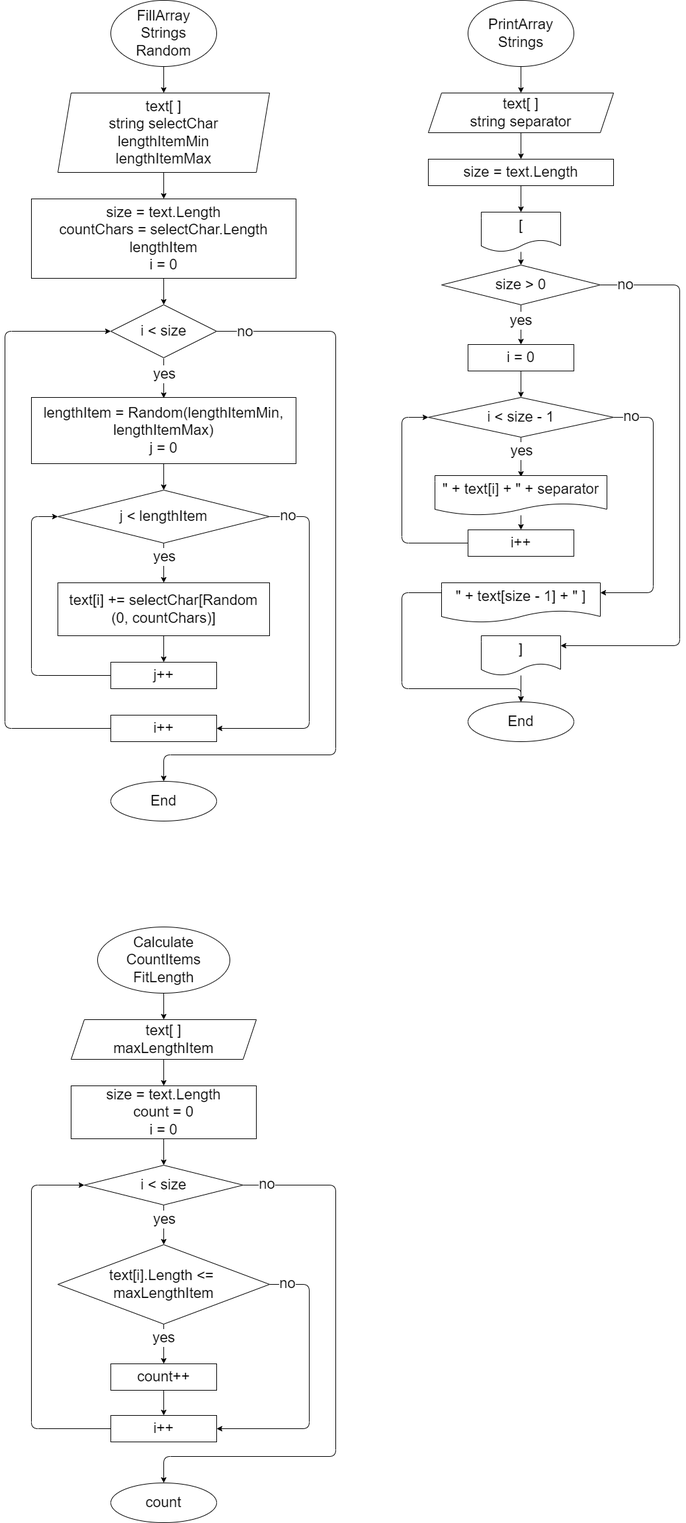
Before: diagram.drawio.png, a diagram exported from draw.io (Nadezhda26m/JoinJob_1term_Final). Source tidied: cells renumbered, new cells last; positions are measured from the earlier drawing's top-left corner, leaving out a move shared by most shapes.
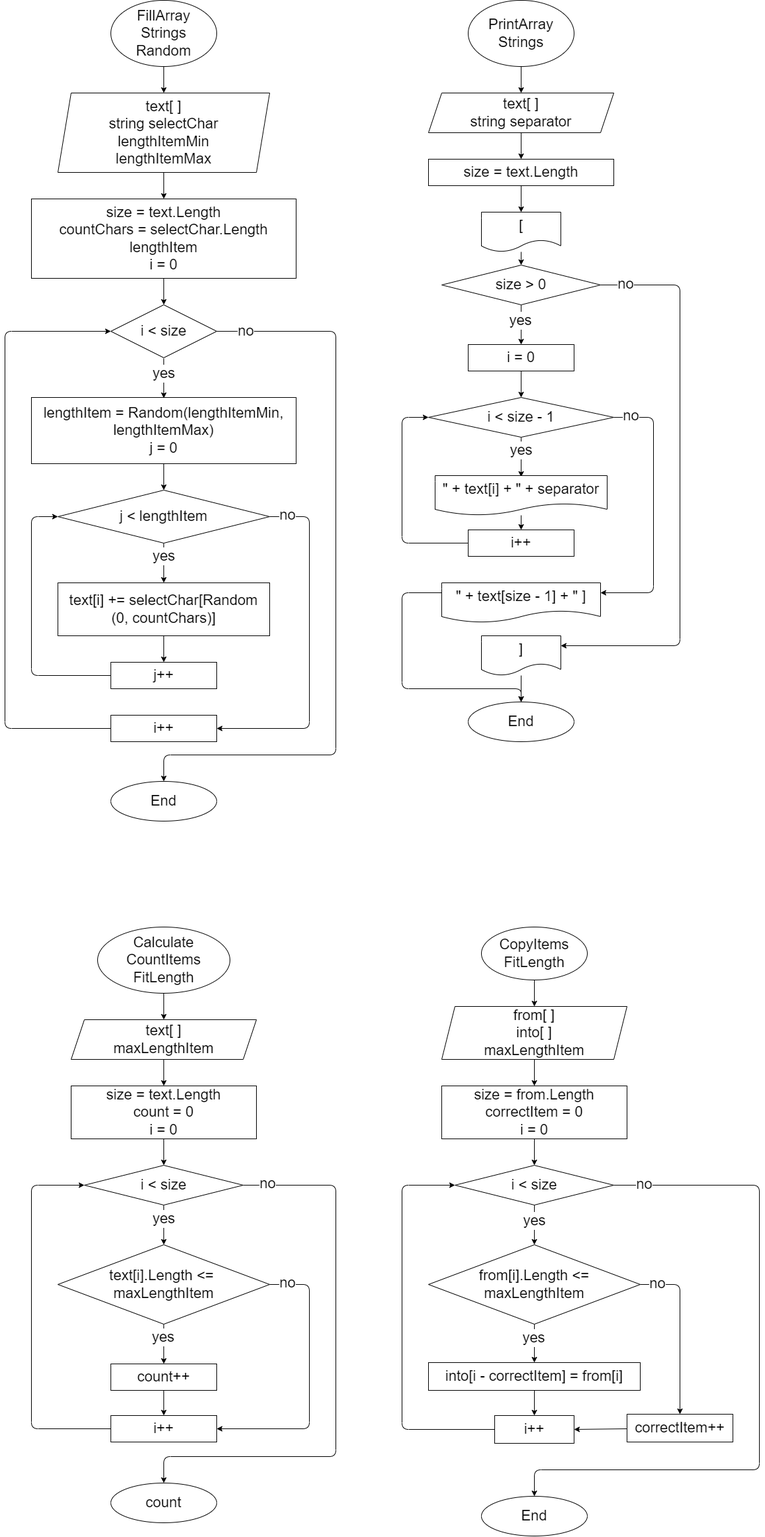
The same file after the commit.

Commit message:
add diagram CopyItemsFitLength

Diff of the diagram source:
```diff
@@ -305,5 +305,95 @@
     <mxCell id="76" value="i++" style="rounded=0;whiteSpace=wrap;fontSize=22;" parent="1" vertex="1">
       <mxGeometry x="160" y="2138" width="160" height="40" as="geometry" />
     </mxCell>
+    <mxCell id="77" style="edgeStyle=none;html=1;entryX=0.5;entryY=0;entryDx=0;entryDy=0;fontSize=22;" parent="1" edge="1" source="78" target="80">
+      <mxGeometry relative="1" as="geometry" />
+    </mxCell>
+    <mxCell id="78" value="CopyItems&#10;FitLength" style="ellipse;whiteSpace=wrap;fontSize=22;" parent="1" vertex="1">
+      <mxGeometry x="720" y="1400" width="160" height="80" as="geometry" />
+    </mxCell>
+    <mxCell id="79" style="edgeStyle=none;html=1;entryX=0.5;entryY=0;entryDx=0;entryDy=0;fontSize=22;" parent="1" edge="1" source="80" target="82">
+      <mxGeometry relative="1" as="geometry" />
+    </mxCell>
+    <mxCell id="80" value="from[ ]&#10;into[ ]&#10;maxLengthItem" style="shape=parallelogram;perimeter=parallelogramPerimeter;whiteSpace=wrap;fixedSize=1;fontSize=22;" parent="1" vertex="1">
+      <mxGeometry x="660" y="1520" width="280" height="80" as="geometry" />
+    </mxCell>
+    <mxCell id="81" style="edgeStyle=none;html=1;entryX=0.5;entryY=0;entryDx=0;entryDy=0;fontSize=22;" parent="1" edge="1" source="82" target="87">
+      <mxGeometry relative="1" as="geometry" />
+    </mxCell>
+    <mxCell id="82" value="size = from.Length&#10;correctItem = 0&#10;i = 0" style="rounded=0;whiteSpace=wrap;fontSize=22;" parent="1" vertex="1">
+      <mxGeometry x="660" y="1640" width="280" height="80" as="geometry" />
+    </mxCell>
+    <mxCell id="83" style="edgeStyle=none;html=1;entryX=0.5;entryY=0;entryDx=0;entryDy=0;fontSize=22;" parent="1" edge="1" source="87" target="92">
+      <mxGeometry relative="1" as="geometry" />
+    </mxCell>
+    <mxCell id="84" value="yes" style="edgeLabel;html=1;align=center;verticalAlign=middle;fontSize=22;" parent="83" vertex="1">
+      <mxGeometry x="-0.35" y="2" relative="1" as="geometry">
+        <mxPoint x="-2" y="4" as="offset" />
+      </mxGeometry>
+    </mxCell>
+    <mxCell id="85" style="edgeStyle=none;html=1;entryX=0.5;entryY=0;entryDx=0;entryDy=0;fontSize=22;exitX=1;exitY=0.5;exitDx=0;exitDy=0;" parent="1" edge="1" source="87" target="88">
+      <mxGeometry relative="1" as="geometry">
+        <Array as="points">
+          <mxPoint x="1140" y="1790" />
+          <mxPoint x="1140" y="2220" />
+          <mxPoint x="800" y="2220" />
+        </Array>
+      </mxGeometry>
+    </mxCell>
+    <mxCell id="86" value="no" style="edgeLabel;html=1;align=center;verticalAlign=middle;fontSize=22;" parent="85" vertex="1">
+      <mxGeometry x="-0.91" y="1" relative="1" as="geometry" />
+    </mxCell>
+    <mxCell id="87" value="i &lt; size" style="rhombus;whiteSpace=wrap;fontSize=22;" parent="1" vertex="1">
+      <mxGeometry x="680" y="1760" width="240" height="60" as="geometry" />
+    </mxCell>
+    <mxCell id="88" value="End" style="ellipse;whiteSpace=wrap;fontSize=22;" parent="1" vertex="1">
+      <mxGeometry x="720" y="2260" width="160" height="60" as="geometry" />
+    </mxCell>
+    <mxCell id="89" style="edgeStyle=none;html=1;entryX=0.5;entryY=0;entryDx=0;entryDy=0;fontSize=22;" parent="1" edge="1" source="92" target="94">
+      <mxGeometry relative="1" as="geometry" />
+    </mxCell>
+    <mxCell id="90" style="edgeStyle=none;html=1;entryX=0.5;entryY=0;entryDx=0;entryDy=0;fontSize=22;exitX=1;exitY=0.5;exitDx=0;exitDy=0;" parent="1" edge="1" source="92" target="96">
+      <mxGeometry relative="1" as="geometry">
+        <Array as="points">
+          <mxPoint x="1020" y="1940" />
+        </Array>
+      </mxGeometry>
+    </mxCell>
+    <mxCell id="91" value="no" style="edgeLabel;html=1;align=center;verticalAlign=middle;fontSize=22;" parent="90" vertex="1">
+      <mxGeometry x="-0.84" relative="1" as="geometry">
+        <mxPoint x="6" y="-1" as="offset" />
+      </mxGeometry>
+    </mxCell>
+    <mxCell id="92" value="from[i].Length &lt;=&#10;maxLengthItem" style="rhombus;whiteSpace=wrap;fontSize=22;" parent="1" vertex="1">
+      <mxGeometry x="640" y="1880" width="320" height="120" as="geometry" />
+    </mxCell>
+    <mxCell id="93" style="edgeStyle=none;html=1;entryX=0.5;entryY=0;entryDx=0;entryDy=0;fontSize=22;" parent="1" edge="1" source="94" target="98">
+      <mxGeometry relative="1" as="geometry" />
+    </mxCell>
+    <mxCell id="94" value="into[i - correctItem] = from[i]" style="rounded=0;whiteSpace=wrap;fontSize=22;" parent="1" vertex="1">
+      <mxGeometry x="640" y="2058" width="320" height="42" as="geometry" />
+    </mxCell>
+    <mxCell id="95" style="edgeStyle=none;html=1;entryX=1;entryY=0.5;entryDx=0;entryDy=0;fontSize=22;" parent="1" edge="1" source="96" target="98">
+      <mxGeometry relative="1" as="geometry" />
+    </mxCell>
+    <mxCell id="96" value="correctItem++" style="rounded=0;whiteSpace=wrap;fontSize=22;" parent="1" vertex="1">
+      <mxGeometry x="940" y="2136" width="160" height="42" as="geometry" />
+    </mxCell>
+    <mxCell id="97" style="edgeStyle=none;html=1;entryX=0;entryY=0.5;entryDx=0;entryDy=0;fontSize=22;" parent="1" edge="1" source="98" target="87">
+      <mxGeometry relative="1" as="geometry">
+        <Array as="points">
+          <mxPoint x="600" y="2159" />
+          <mxPoint x="600" y="1790" />
+        </Array>
+      </mxGeometry>
+    </mxCell>
+    <mxCell id="98" value="i++" style="rounded=0;whiteSpace=wrap;fontSize=22;" parent="1" vertex="1">
+      <mxGeometry x="740" y="2138" width="120" height="42" as="geometry" />
+    </mxCell>
+    <mxCell id="99" value="yes" style="edgeLabel;html=1;align=center;verticalAlign=middle;fontSize=22;" parent="1" vertex="1">
+      <mxGeometry x="827" y="1869.1" as="geometry">
+        <mxPoint x="-28" y="151" as="offset" />
+      </mxGeometry>
+    </mxCell>
   </root>
 </mxGraphModel>
```
